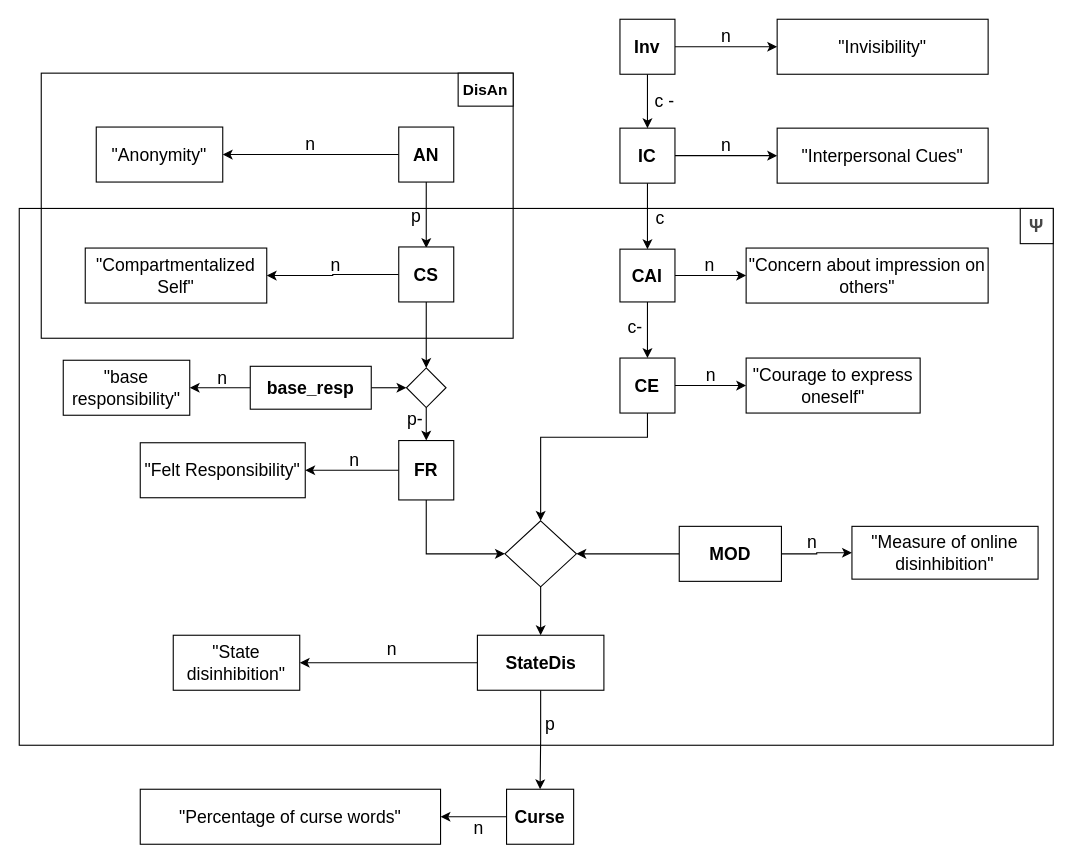
SofiaLuchiean/Online_Disinhibition_Effect keeps this draw.io diagram as page "Consensus Model" (1 of 2) of doc/Online Disinhibition Effect VAST.drawio. Above is the earlier version. Source tidied: cells renumbered, new cells numbered last; positions are measured from the earlier drawing's top-left corner, leaving out a move shared by most shapes. Both pictures are drawn from the tidied source at 110%, with x=0, y=0 at pixel (19, 19).
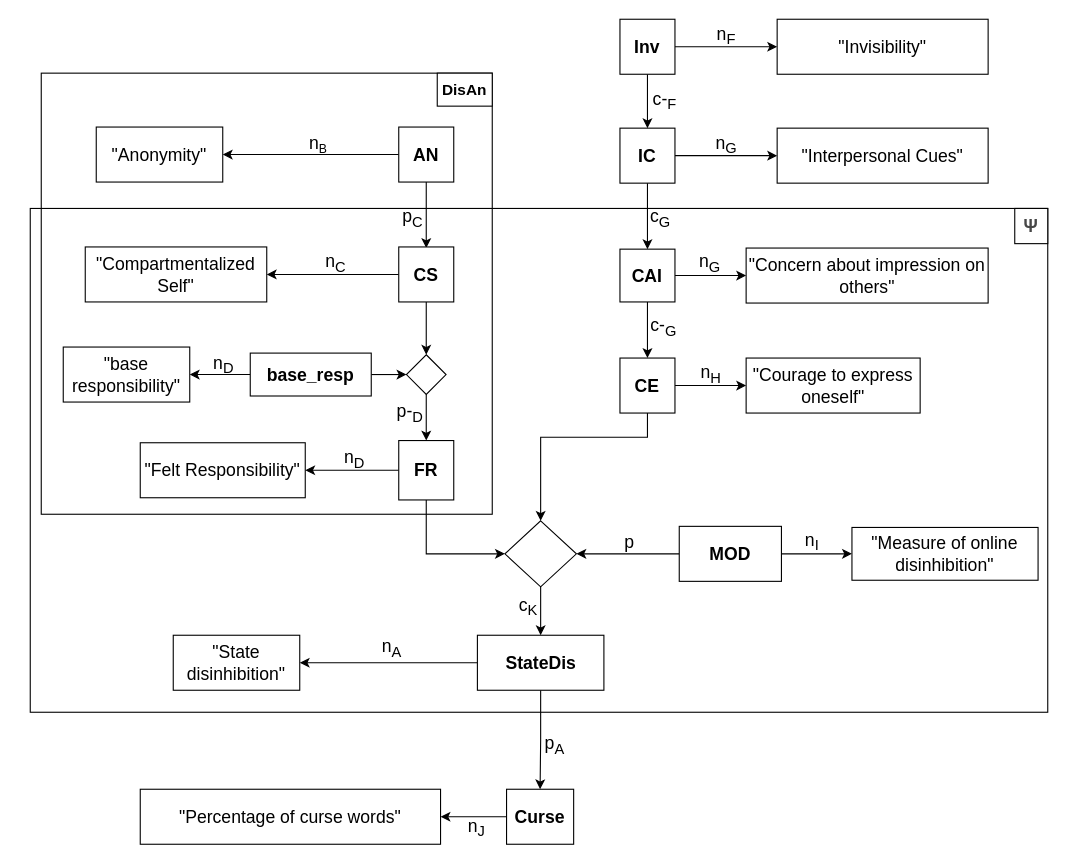
Above is the later version.

Commit message (it also covers changes not shown here):
updated VAST to include IDs

Diff of the diagram source:
```diff
@@
     <mxCell id="2" style="rounded=0;whiteSpace=wrap;html=1;fillColor=none;fontSize=16;" parent="1" vertex="1">
-      <mxGeometry y="172" width="940" height="488" as="geometry" />
+      <mxGeometry x="10" y="172" width="925" height="458" as="geometry" />
     </mxCell>
     <mxCell id="3" style="rounded=0;whiteSpace=wrap;html=1;fillColor=none;" parent="1" vertex="1">
-      <mxGeometry x="20" y="49" width="429" height="241" as="geometry" />
+      <mxGeometry x="20" y="49" width="410" height="401" as="geometry" />
     </mxCell>
     <mxCell id="4" value="&lt;span style=&quot;color: rgb(71, 71, 71); font-family: &amp;quot;Google Sans&amp;quot;, Arial, sans-serif; background-color: rgb(255, 255, 255);&quot;&gt;&lt;font&gt;&lt;b&gt;Ψ&lt;/b&gt;&lt;/font&gt;&lt;/span&gt;" style="rounded=0;whiteSpace=wrap;html=1;fontSize=16;align=center;" parent="1" vertex="1">
-      <mxGeometry x="910" y="172" width="30" height="32" as="geometry" />
+      <mxGeometry x="905" y="172" width="30" height="32" as="geometry" />
     </mxCell>
@@
     <mxCell id="9" value="&quot;Measure of online disinhibition&quot;" style="rounded=0;whiteSpace=wrap;html=1;fontSize=16;" parent="1" vertex="1">
-      <mxGeometry x="757" y="461" width="169.2" height="48" as="geometry" />
+      <mxGeometry x="757" y="462" width="169.2" height="48" as="geometry" />
     </mxCell>
@@
-    <mxCell id="28" value="n" style="text;html=1;whiteSpace=wrap;strokeColor=none;fillColor=none;align=center;verticalAlign=middle;rounded=0;fontSize=16;" parent="1" vertex="1">
-      <mxGeometry x="260" y="108" width="10" height="10" as="geometry" />
+    <mxCell id="28" value="n&lt;span style=&quot;font-size: 13.3333px;&quot;&gt;&lt;sub&gt;B&lt;/sub&gt;&lt;/span&gt;" style="text;html=1;whiteSpace=wrap;strokeColor=none;fillColor=none;align=center;verticalAlign=middle;rounded=0;fontSize=16;" parent="1" vertex="1">
+      <mxGeometry x="267" y="108" width="10" height="10" as="geometry" />
     </mxCell>
-    <mxCell id="29" value="n" style="text;html=1;whiteSpace=wrap;strokeColor=none;fillColor=none;align=center;verticalAlign=middle;rounded=0;fontSize=16;" parent="1" vertex="1">
-      <mxGeometry x="300" y="396" width="10" height="10" as="geometry" />
+    <mxCell id="29" value="n&lt;sub&gt;D&lt;/sub&gt;" style="text;html=1;whiteSpace=wrap;strokeColor=none;fillColor=none;align=center;verticalAlign=middle;rounded=0;fontSize=16;" parent="1" vertex="1">
+      <mxGeometry x="300" y="395" width="10" height="10" as="geometry" />
     </mxCell>
-    <mxCell id="30" value="n" style="text;html=1;whiteSpace=wrap;strokeColor=none;fillColor=none;align=center;verticalAlign=middle;rounded=0;fontSize=16;" parent="1" vertex="1">
+    <mxCell id="30" value="n&lt;sub&gt;G&lt;/sub&gt;" style="text;html=1;whiteSpace=wrap;strokeColor=none;fillColor=none;align=center;verticalAlign=middle;rounded=0;fontSize=16;" parent="1" vertex="1">
       <mxGeometry x="637.5" y="109" width="10" height="10" as="geometry" />
     </mxCell>
-    <mxCell id="31" value="n" style="text;html=1;whiteSpace=wrap;strokeColor=none;fillColor=none;align=center;verticalAlign=middle;rounded=0;fontSize=16;" parent="1" vertex="1">
-      <mxGeometry x="623" y="218" width="10" height="10" as="geometry" />
+    <mxCell id="31" value="n&lt;sub&gt;G&lt;/sub&gt;" style="text;html=1;whiteSpace=wrap;strokeColor=none;fillColor=none;align=center;verticalAlign=middle;rounded=0;fontSize=16;" parent="1" vertex="1">
+      <mxGeometry x="623" y="217" width="10" height="10" as="geometry" />
     </mxCell>
-    <mxCell id="32" value="n" style="text;html=1;whiteSpace=wrap;strokeColor=none;fillColor=none;align=center;verticalAlign=middle;rounded=0;fontSize=16;" parent="1" vertex="1">
+    <mxCell id="32" value="n&lt;sub&gt;I&lt;/sub&gt;" style="text;html=1;whiteSpace=wrap;strokeColor=none;fillColor=none;align=center;verticalAlign=middle;rounded=0;fontSize=16;" parent="1" vertex="1">
       <mxGeometry x="716" y="470" width="10" height="10" as="geometry" />
     </mxCell>
-    <mxCell id="33" value="p" style="text;html=1;whiteSpace=wrap;strokeColor=none;fillColor=none;align=center;verticalAlign=middle;rounded=0;fontSize=16;" parent="1" vertex="1">
-      <mxGeometry x="356" y="174" width="10" height="10" as="geometry" />
+    <mxCell id="33" value="p&lt;sub&gt;C&lt;/sub&gt;" style="text;html=1;whiteSpace=wrap;strokeColor=none;fillColor=none;align=center;verticalAlign=middle;rounded=0;fontSize=16;" parent="1" vertex="1">
+      <mxGeometry x="353" y="176" width="10" height="10" as="geometry" />
     </mxCell>
-    <mxCell id="34" value="c" style="text;html=1;whiteSpace=wrap;strokeColor=none;fillColor=none;align=center;verticalAlign=middle;rounded=0;fontSize=16;" parent="1" vertex="1">
+    <mxCell id="34" value="c&lt;sub&gt;G&lt;/sub&gt;" style="text;html=1;whiteSpace=wrap;strokeColor=none;fillColor=none;align=center;verticalAlign=middle;rounded=0;fontSize=16;" parent="1" vertex="1">
       <mxGeometry x="578" y="176" width="10" height="10" as="geometry" />
     </mxCell>
@@
     <mxCell id="36" value="&lt;b&gt;DisAn&lt;/b&gt;" style="rounded=0;whiteSpace=wrap;html=1;fontSize=14;" parent="1" vertex="1">
-      <mxGeometry x="399" y="49" width="50" height="30" as="geometry" />
+      <mxGeometry x="380" y="49" width="50" height="30" as="geometry" />
     </mxCell>
     <mxCell id="37" value="&quot;Compartmentalized Self&quot;" style="rounded=0;whiteSpace=wrap;html=1;fontSize=16;" parent="1" vertex="1">
-      <mxGeometry x="60" y="208" width="165" height="50" as="geometry" />
+      <mxGeometry x="60" y="207" width="165" height="50" as="geometry" />
     </mxCell>
@@
-    <mxCell id="41" value="n" style="text;html=1;whiteSpace=wrap;strokeColor=none;fillColor=none;align=center;verticalAlign=middle;rounded=0;fontSize=16;" parent="1" vertex="1">
-      <mxGeometry x="283" y="218" width="10" height="10" as="geometry" />
+    <mxCell id="41" value="n&lt;sub&gt;C&lt;/sub&gt;" style="text;html=1;whiteSpace=wrap;strokeColor=none;fillColor=none;align=center;verticalAlign=middle;rounded=0;fontSize=16;" parent="1" vertex="1">
+      <mxGeometry x="283" y="217" width="10" height="10" as="geometry" />
     </mxCell>
-    <mxCell id="42" value="p-" style="text;html=1;whiteSpace=wrap;strokeColor=none;fillColor=none;align=center;verticalAlign=middle;rounded=0;fontSize=16;" parent="1" vertex="1">
-      <mxGeometry x="355" y="358" width="10" height="10" as="geometry" />
+    <mxCell id="42" value="p-&lt;sub&gt;D&lt;/sub&gt;" style="text;html=1;whiteSpace=wrap;strokeColor=none;fillColor=none;align=center;verticalAlign=middle;rounded=0;fontSize=16;" parent="1" vertex="1">
+      <mxGeometry x="338" y="353" width="35" height="10" as="geometry" />
     </mxCell>
@@
-    <mxCell id="46" value="n" style="text;html=1;whiteSpace=wrap;strokeColor=none;fillColor=none;align=center;verticalAlign=middle;rounded=0;fontSize=16;" parent="1" vertex="1">
+    <mxCell id="46" value="n&lt;sub&gt;H&lt;/sub&gt;" style="text;html=1;whiteSpace=wrap;strokeColor=none;fillColor=none;align=center;verticalAlign=middle;rounded=0;fontSize=16;" parent="1" vertex="1">
       <mxGeometry x="624" y="318" width="10" height="10" as="geometry" />
     </mxCell>
-    <mxCell id="47" value="c-" style="text;html=1;whiteSpace=wrap;strokeColor=none;fillColor=none;align=center;verticalAlign=middle;rounded=0;fontSize=16;" parent="1" vertex="1">
-      <mxGeometry x="555.1" y="275" width="10" height="10" as="geometry" />
+    <mxCell id="47" value="c-&lt;sub&gt;G&lt;/sub&gt;" style="text;html=1;whiteSpace=wrap;strokeColor=none;fillColor=none;align=center;verticalAlign=middle;rounded=0;fontSize=16;" parent="1" vertex="1">
+      <mxGeometry x="570" y="275" width="32" height="10" as="geometry" />
     </mxCell>
@@
-    <mxCell id="51" value="n" style="text;html=1;whiteSpace=wrap;strokeColor=none;fillColor=none;align=center;verticalAlign=middle;rounded=0;fontSize=16;" parent="1" vertex="1">
-      <mxGeometry x="413" y="730" width="10" height="10" as="geometry" />
+    <mxCell id="51" value="n&lt;sub&gt;J&lt;/sub&gt;" style="text;html=1;whiteSpace=wrap;strokeColor=none;fillColor=none;align=center;verticalAlign=middle;rounded=0;fontSize=16;" parent="1" vertex="1">
+      <mxGeometry x="411" y="730" width="10" height="10" as="geometry" />
     </mxCell>
@@
-    <mxCell id="56" value="n" style="text;html=1;whiteSpace=wrap;strokeColor=none;fillColor=none;align=center;verticalAlign=middle;rounded=0;fontSize=16;" parent="1" vertex="1">
+    <mxCell id="56" value="n&lt;sub&gt;A&lt;/sub&gt;" style="text;html=1;whiteSpace=wrap;strokeColor=none;fillColor=none;align=center;verticalAlign=middle;rounded=0;fontSize=16;" parent="1" vertex="1">
       <mxGeometry x="333.5" y="567" width="10" height="10" as="geometry" />
     </mxCell>
-    <mxCell id="57" value="p" style="text;html=1;whiteSpace=wrap;strokeColor=none;fillColor=none;align=center;verticalAlign=middle;rounded=0;fontSize=16;" parent="1" vertex="1">
-      <mxGeometry x="477.5" y="636" width="10" height="10" as="geometry" />
+    <mxCell id="57" value="p&lt;sub&gt;A&lt;/sub&gt;" style="text;html=1;whiteSpace=wrap;strokeColor=none;fillColor=none;align=center;verticalAlign=middle;rounded=0;fontSize=16;" parent="1" vertex="1">
+      <mxGeometry x="481.5" y="655" width="10" height="10" as="geometry" />
     </mxCell>
@@
     <mxCell id="59" style="rhombus;whiteSpace=wrap;html=1;fontSize=16;" parent="1" vertex="1">
-      <mxGeometry x="352" y="317" width="36" height="36" as="geometry" />
+      <mxGeometry x="352" y="305" width="36" height="36" as="geometry" />
     </mxCell>
@@
     <mxCell id="62" value="&lt;font&gt;&lt;b&gt;base_resp&lt;/b&gt;&lt;/font&gt;" style="rounded=0;whiteSpace=wrap;html=1;fontSize=16;" parent="1" vertex="1">
-      <mxGeometry x="210" y="315.5" width="110" height="39" as="geometry" />
+      <mxGeometry x="210" y="303.5" width="110" height="39" as="geometry" />
     </mxCell>
     <mxCell id="63" value="&quot;base responsibility&quot;" style="rounded=0;whiteSpace=wrap;html=1;fontSize=16;" parent="1" vertex="1">
-      <mxGeometry x="40" y="310" width="115" height="50" as="geometry" />
+      <mxGeometry x="40" y="298" width="115" height="50" as="geometry" />
     </mxCell>
-    <mxCell id="64" value="n" style="text;html=1;whiteSpace=wrap;strokeColor=none;fillColor=none;align=center;verticalAlign=middle;rounded=0;fontSize=16;" parent="1" vertex="1">
-      <mxGeometry x="180" y="321" width="10" height="10" as="geometry" />
+    <mxCell id="64" value="n&lt;sub&gt;D&lt;/sub&gt;" style="text;html=1;whiteSpace=wrap;strokeColor=none;fillColor=none;align=center;verticalAlign=middle;rounded=0;fontSize=16;" parent="1" vertex="1">
+      <mxGeometry x="181" y="309" width="10" height="10" as="geometry" />
     </mxCell>
@@
-    <mxCell id="69" value="n" style="text;html=1;whiteSpace=wrap;strokeColor=none;fillColor=none;align=center;verticalAlign=middle;rounded=0;fontSize=16;" parent="1" vertex="1">
+    <mxCell id="69" value="n&lt;sub&gt;F&lt;/sub&gt;" style="text;html=1;whiteSpace=wrap;strokeColor=none;fillColor=none;align=center;verticalAlign=middle;rounded=0;fontSize=16;" parent="1" vertex="1">
       <mxGeometry x="637.5" y="10" width="10" height="10" as="geometry" />
     </mxCell>
-    <mxCell id="70" value="c -" style="text;html=1;whiteSpace=wrap;strokeColor=none;fillColor=none;align=center;verticalAlign=middle;rounded=0;fontSize=16;" parent="1" vertex="1">
-      <mxGeometry x="576" y="69" width="22" height="10" as="geometry" />
+    <mxCell id="70" value="c-&lt;sub&gt;F&lt;/sub&gt;" style="text;html=1;whiteSpace=wrap;strokeColor=none;fillColor=none;align=center;verticalAlign=middle;rounded=0;fontSize=16;" parent="1" vertex="1">
+      <mxGeometry x="565.1" y="69" width="44" height="10" as="geometry" />
     </mxCell>
+    <mxCell id="71" value="p" style="text;html=1;whiteSpace=wrap;strokeColor=none;fillColor=none;align=center;verticalAlign=middle;rounded=0;fontSize=16;" parent="1" vertex="1">
+      <mxGeometry x="550.1" y="470" width="10" height="10" as="geometry" />
+    </mxCell>
+    <mxCell id="72" value="c&lt;sub&gt;K&lt;/sub&gt;" style="text;html=1;whiteSpace=wrap;strokeColor=none;fillColor=none;align=center;verticalAlign=middle;rounded=0;fontSize=16;" parent="1" vertex="1">
+      <mxGeometry x="458" y="529" width="10" height="10" as="geometry" />
+    </mxCell>
```
